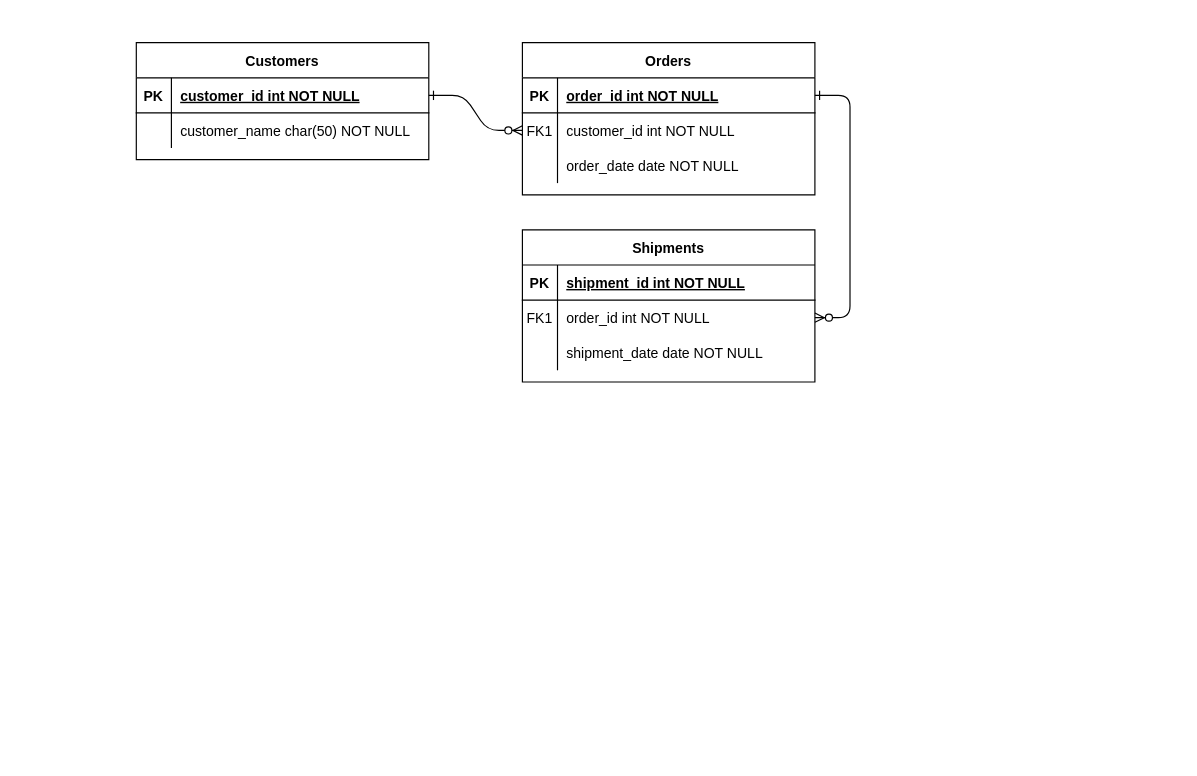
Earlier version of the draw.io diagram price-search.drawio (GangBean/HelloWorld). Source tidied: cells renumbered, new cells numbered last; positions are measured from the earlier drawing's top-left corner, leaving out a move shared by most shapes. Both pictures are drawn from the tidied source at 117%, with x=0, y=0 at pixel (136, 42).
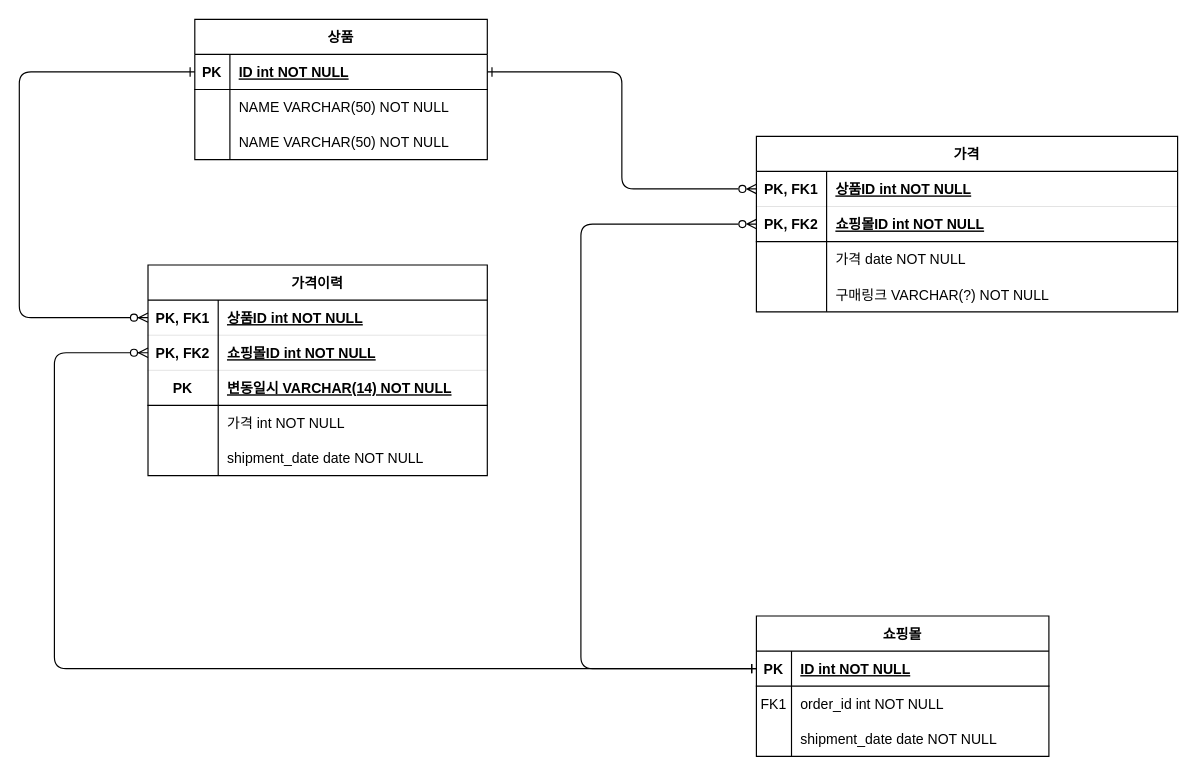
The same page after the edit.

The change refers to these unchanged cells:
```xml
<mxCell id="15" style="shape=partialRectangle;fillColor=none;points=[[0,0.5],[1,0.5]];portConstraint=eastwest;top=0;left=0;right=0;bottom=1;" parent="14" vertex="1">
  <mxGeometry y="30" width="250" height="30" as="geometry" />
</mxCell>
<mxCell id="18" style="shape=partialRectangle;fillColor=none;points=[[0,0.5],[1,0.5]];portConstraint=eastwest;top=0;left=0;right=0;bottom=0;" parent="14" vertex="1">
  <mxGeometry y="60" width="250" height="30" as="geometry" />
</mxCell>
<mxCell id="25" style="shape=partialRectangle;fillColor=none;points=[[0,0.5],[1,0.5]];portConstraint=eastwest;top=0;left=0;right=0;bottom=1;" parent="24" vertex="1">
  <mxGeometry y="30" width="250" height="30" as="geometry" />
</mxCell>
<mxCell id="28" style="shape=partialRectangle;fillColor=none;top=0;left=0;right=0;bottom=0;" parent="24" vertex="1">
  <mxGeometry y="60" width="250" height="30" as="geometry" />
</mxCell>
```

The edit, as a diff of the source:
```diff
@@
-    <mxCell id="2" style="edgeStyle=entityRelationEdgeStyle;endArrow=ERzeroToMany;startArrow=ERone;endFill=1;startFill=0;" parent="1" edge="1" source="25" target="8">
-      <mxGeometry relative="1" as="geometry" />
-    </mxCell>
-    <mxCell id="3" style="edgeStyle=entityRelationEdgeStyle;endArrow=ERzeroToMany;startArrow=ERone;endFill=1;startFill=0;" parent="1" edge="1" source="5" target="18">
-      <mxGeometry relative="1" as="geometry" />
+    <mxCell id="3" style="edgeStyle=orthogonalEdgeStyle;endArrow=ERone;startArrow=ERzeroToMany;endFill=0;startFill=0;exitX=0;exitY=0.5;exitDx=0;exitDy=0;entryX=0;entryY=0.5;entryDx=0;entryDy=0;" parent="1" edge="1" source="31" target="15">
+      <mxGeometry relative="1" as="geometry">
+        <Array as="points">
+          <mxPoint x="380" y="155" />
+          <mxPoint x="380" y="535" />
+        </Array>
+      </mxGeometry>
     </mxCell>
-    <mxCell id="4" value="Orders" style="shape=table;startSize=30;childLayout=tableLayout;rowLines=0;fontStyle=1;align=center;" parent="1" vertex="1">
-      <mxGeometry x="330" width="250" height="130" as="geometry" />
+    <mxCell id="4" value="가격" style="shape=table;startSize=30;childLayout=tableLayout;rowLines=0;fontStyle=1;align=center;" parent="1" vertex="1">
+      <mxGeometry x="530" y="80" width="360" height="150" as="geometry" />
     </mxCell>
-    <mxCell id="5" style="shape=partialRectangle;fillColor=none;points=[[0,0.5],[1,0.5]];portConstraint=eastwest;top=0;left=0;right=0;bottom=1;" parent="4" vertex="1">
-      <mxGeometry y="30" width="250" height="30" as="geometry" />
+    <mxCell id="5" style="shape=partialRectangle;fillColor=none;points=[[0,0.5],[1,0.5]];portConstraint=eastwest;top=0;left=0;right=0;bottom=1;strokeWidth=0;" parent="4" vertex="1">
+      <mxGeometry y="30" width="360" height="30" as="geometry" />
     </mxCell>
-    <mxCell id="6" value="PK" style="shape=partialRectangle;overflow=hidden;fillColor=none;top=0;left=0;bottom=0;right=0;fontStyle=1;" parent="5" vertex="1">
-      <mxGeometry width="30" height="30" as="geometry" />
+    <mxCell id="6" value="PK, FK1" style="shape=partialRectangle;overflow=hidden;fillColor=none;top=0;left=0;bottom=0;right=0;fontStyle=1;" parent="5" vertex="1">
+      <mxGeometry width="60" height="30" as="geometry" />
     </mxCell>
-    <mxCell id="7" value="order_id int NOT NULL " style="shape=partialRectangle;overflow=hidden;fillColor=none;top=0;left=0;bottom=0;right=0;align=left;spacingLeft=6;fontStyle=5;" parent="5" vertex="1">
-      <mxGeometry x="30" width="220" height="30" as="geometry" />
+    <mxCell id="7" value="상품ID int NOT NULL " style="shape=partialRectangle;overflow=hidden;fillColor=none;top=0;left=0;bottom=0;right=0;align=left;spacingLeft=6;fontStyle=5;" parent="5" vertex="1">
+      <mxGeometry x="60" width="300" height="30" as="geometry" />
     </mxCell>
-    <mxCell id="8" style="shape=partialRectangle;fillColor=none;points=[[0,0.5],[1,0.5]];portConstraint=eastwest;top=0;left=0;right=0;bottom=0;" parent="4" vertex="1">
-      <mxGeometry y="60" width="250" height="30" as="geometry" />
-    </mxCell>
-    <mxCell id="9" value="FK1" style="shape=partialRectangle;overflow=hidden;fillColor=none;top=0;left=0;bottom=0;right=0;" parent="8" vertex="1">
-      <mxGeometry width="30" height="30" as="geometry" />
-    </mxCell>
-    <mxCell id="10" value="customer_id int NOT NULL" style="shape=partialRectangle;overflow=hidden;fillColor=none;top=0;left=0;bottom=0;right=0;align=left;spacingLeft=6;" parent="8" vertex="1">
-      <mxGeometry x="30" width="220" height="30" as="geometry" />
-    </mxCell>
+    <mxCell id="31" style="shape=partialRectangle;fillColor=none;points=[[0,0.5],[1,0.5]];portConstraint=eastwest;top=0;left=0;right=0;bottom=1;" parent="4" vertex="1">
+      <mxGeometry y="60" width="360" height="30" as="geometry" />
+    </mxCell>
+    <mxCell id="32" value="PK, FK2" style="shape=partialRectangle;overflow=hidden;fillColor=none;top=0;left=0;bottom=0;right=0;fontStyle=1;" parent="31" vertex="1">
+      <mxGeometry width="60" height="30" as="geometry" />
+    </mxCell>
+    <mxCell id="33" value="쇼핑몰ID int NOT NULL " style="shape=partialRectangle;overflow=hidden;fillColor=none;top=0;left=0;bottom=0;right=0;align=left;spacingLeft=6;fontStyle=5;" parent="31" vertex="1">
+      <mxGeometry x="60" width="300" height="30" as="geometry" />
+    </mxCell>
     <mxCell id="11" style="shape=partialRectangle;fillColor=none;top=0;left=0;right=0;bottom=0;" parent="4" vertex="1">
-      <mxGeometry y="90" width="250" height="30" as="geometry" />
+      <mxGeometry y="90" width="360" height="30" as="geometry" />
     </mxCell>
     <mxCell id="12" style="shape=partialRectangle;overflow=hidden;fillColor=none;top=0;left=0;bottom=0;right=0;" parent="11" vertex="1">
-      <mxGeometry width="30" height="30" as="geometry" />
+      <mxGeometry width="60" height="30" as="geometry" />
     </mxCell>
-    <mxCell id="13" value="order_date date NOT NULL" style="shape=partialRectangle;overflow=hidden;fillColor=none;top=0;left=0;bottom=0;right=0;align=left;spacingLeft=6;" parent="11" vertex="1">
-      <mxGeometry x="30" width="220" height="30" as="geometry" />
+    <mxCell id="13" value="가격 date NOT NULL" style="shape=partialRectangle;overflow=hidden;fillColor=none;top=0;left=0;bottom=0;right=0;align=left;spacingLeft=6;" parent="11" vertex="1">
+      <mxGeometry x="60" width="300" height="30" as="geometry" />
     </mxCell>
+    <mxCell id="34" style="shape=partialRectangle;fillColor=none;top=0;left=0;right=0;bottom=0;" parent="4" vertex="1">
+      <mxGeometry y="120" width="360" height="30" as="geometry" />
+    </mxCell>
+    <mxCell id="35" style="shape=partialRectangle;overflow=hidden;fillColor=none;top=0;left=0;bottom=0;right=0;" parent="34" vertex="1">
+      <mxGeometry width="60" height="30" as="geometry" />
+    </mxCell>
+    <mxCell id="36" value="구매링크 VARCHAR(?) NOT NULL" style="shape=partialRectangle;overflow=hidden;fillColor=none;top=0;left=0;bottom=0;right=0;align=left;spacingLeft=6;" parent="34" vertex="1">
+      <mxGeometry x="60" width="300" height="30" as="geometry" />
+    </mxCell>
-    <mxCell id="14" value="Shipments" style="shape=table;startSize=30;childLayout=tableLayout;rowLines=0;fontStyle=1;align=center;" parent="1" vertex="1">
-      <mxGeometry x="330" y="160" width="250" height="130" as="geometry" />
+    <mxCell id="14" value="쇼핑몰" style="shape=table;startSize=30;childLayout=tableLayout;rowLines=0;fontStyle=1;align=center;" parent="1" vertex="1">
+      <mxGeometry x="530" y="490" width="250" height="120" as="geometry" />
     </mxCell>
@@
-    <mxCell id="17" value="shipment_id int NOT NULL " style="shape=partialRectangle;overflow=hidden;fillColor=none;top=0;left=0;bottom=0;right=0;align=left;spacingLeft=6;fontStyle=5;" parent="15" vertex="1">
+    <mxCell id="17" value="ID int NOT NULL " style="shape=partialRectangle;overflow=hidden;fillColor=none;top=0;left=0;bottom=0;right=0;align=left;spacingLeft=6;fontStyle=5;" parent="15" vertex="1">
       <mxGeometry x="30" width="220" height="30" as="geometry" />
     </mxCell>
@@
-    <mxCell id="24" value="Customers" style="shape=table;startSize=30;childLayout=tableLayout;rowLines=0;fontStyle=1;align=center;" parent="1" vertex="1">
-      <mxGeometry width="250" height="100" as="geometry" />
+    <mxCell id="24" value="상품" style="shape=table;startSize=30;childLayout=tableLayout;rowLines=0;fontStyle=1;align=center;" parent="1" vertex="1">
+      <mxGeometry x="50" y="-20" width="250" height="120" as="geometry" />
     </mxCell>
@@
-    <mxCell id="27" value="customer_id int NOT NULL " style="shape=partialRectangle;overflow=hidden;fillColor=none;top=0;left=0;bottom=0;right=0;align=left;spacingLeft=6;fontStyle=5;" parent="25" vertex="1">
+    <mxCell id="27" value="ID int NOT NULL" style="shape=partialRectangle;overflow=hidden;fillColor=none;top=0;left=0;bottom=0;right=0;align=left;spacingLeft=6;fontStyle=5;" parent="25" vertex="1">
       <mxGeometry x="30" width="220" height="30" as="geometry" />
     </mxCell>
@@
-    <mxCell id="30" value="customer_name char(50) NOT NULL" style="shape=partialRectangle;overflow=hidden;fillColor=none;top=0;left=0;bottom=0;right=0;align=left;spacingLeft=6;" parent="28" vertex="1">
+    <mxCell id="30" value="NAME VARCHAR(50) NOT NULL" style="shape=partialRectangle;overflow=hidden;fillColor=none;top=0;left=0;bottom=0;right=0;align=left;spacingLeft=6;" parent="28" vertex="1">
       <mxGeometry x="30" width="220" height="30" as="geometry" />
     </mxCell>
+    <mxCell id="37" style="shape=partialRectangle;fillColor=none;top=0;left=0;right=0;bottom=0;" parent="24" vertex="1">
+      <mxGeometry y="90" width="250" height="30" as="geometry" />
+    </mxCell>
+    <mxCell id="38" style="shape=partialRectangle;overflow=hidden;fillColor=none;top=0;left=0;bottom=0;right=0;" parent="37" vertex="1">
+      <mxGeometry width="30" height="30" as="geometry" />
+    </mxCell>
+    <mxCell id="39" value="NAME VARCHAR(50) NOT NULL" style="shape=partialRectangle;overflow=hidden;fillColor=none;top=0;left=0;bottom=0;right=0;align=left;spacingLeft=6;" parent="37" vertex="1">
+      <mxGeometry x="30" width="220" height="30" as="geometry" />
+    </mxCell>
+    <mxCell id="40" value="가격이력" style="shape=table;startSize=30;childLayout=tableLayout;rowLines=0;fontStyle=1;align=center;" parent="1" vertex="1">
+      <mxGeometry x="10" y="190" width="290" height="180" as="geometry" />
+    </mxCell>
+    <mxCell id="41" style="shape=partialRectangle;fillColor=none;points=[[0,0.5],[1,0.5]];portConstraint=eastwest;top=0;left=0;right=0;bottom=1;strokeWidth=0;" parent="40" vertex="1">
+      <mxGeometry y="30" width="290" height="30" as="geometry" />
+    </mxCell>
+    <mxCell id="42" value="PK, FK1" style="shape=partialRectangle;overflow=hidden;fillColor=none;top=0;left=0;bottom=0;right=0;fontStyle=1;" parent="41" vertex="1">
+      <mxGeometry width="60" height="30" as="geometry" />
+    </mxCell>
+    <mxCell id="43" value="상품ID int NOT NULL " style="shape=partialRectangle;overflow=hidden;fillColor=none;top=0;left=0;bottom=0;right=0;align=left;spacingLeft=6;fontStyle=5;" parent="41" vertex="1">
+      <mxGeometry x="60" width="230" height="30" as="geometry" />
+    </mxCell>
+    <mxCell id="44" style="shape=partialRectangle;fillColor=none;points=[[0,0.5],[1,0.5]];portConstraint=eastwest;top=0;left=0;right=0;bottom=1;strokeWidth=0;" parent="40" vertex="1">
+      <mxGeometry y="60" width="290" height="30" as="geometry" />
+    </mxCell>
+    <mxCell id="45" value="PK, FK2" style="shape=partialRectangle;overflow=hidden;fillColor=none;top=0;left=0;bottom=0;right=0;fontStyle=1;" parent="44" vertex="1">
+      <mxGeometry width="60" height="30" as="geometry" />
+    </mxCell>
+    <mxCell id="46" value="쇼핑몰ID int NOT NULL " style="shape=partialRectangle;overflow=hidden;fillColor=none;top=0;left=0;bottom=0;right=0;align=left;spacingLeft=6;fontStyle=5;" parent="44" vertex="1">
+      <mxGeometry x="60" width="230" height="30" as="geometry" />
+    </mxCell>
+    <mxCell id="47" style="shape=partialRectangle;fillColor=none;top=0;left=0;right=0;bottom=1;" parent="40" vertex="1">
+      <mxGeometry y="90" width="290" height="30" as="geometry" />
+    </mxCell>
+    <mxCell id="48" value="PK" style="shape=partialRectangle;overflow=hidden;fillColor=none;top=0;left=0;bottom=0;right=0;fontStyle=1;" parent="47" vertex="1">
+      <mxGeometry width="60" height="30" as="geometry" />
+    </mxCell>
+    <mxCell id="49" value="변동일시 VARCHAR(14) NOT NULL " style="shape=partialRectangle;overflow=hidden;fillColor=none;top=0;left=0;bottom=0;right=0;align=left;spacingLeft=6;fontStyle=5;" parent="47" vertex="1">
+      <mxGeometry x="60" width="230" height="30" as="geometry" />
+    </mxCell>
+    <mxCell id="50" style="shape=partialRectangle;fillColor=none;top=0;left=0;right=0;bottom=0;" parent="40" vertex="1">
+      <mxGeometry y="120" width="290" height="30" as="geometry" />
+    </mxCell>
+    <mxCell id="51" style="shape=partialRectangle;overflow=hidden;fillColor=none;top=0;left=0;bottom=0;right=0;" parent="50" vertex="1">
+      <mxGeometry width="60" height="30" as="geometry" />
+    </mxCell>
+    <mxCell id="52" value="가격 int NOT NULL" style="shape=partialRectangle;overflow=hidden;fillColor=none;top=0;left=0;bottom=0;right=0;align=left;spacingLeft=6;" parent="50" vertex="1">
+      <mxGeometry x="60" width="230" height="30" as="geometry" />
+    </mxCell>
+    <mxCell id="53" style="shape=partialRectangle;fillColor=none;top=0;left=0;right=0;bottom=0;" parent="40" vertex="1">
+      <mxGeometry y="150" width="290" height="30" as="geometry" />
+    </mxCell>
+    <mxCell id="54" style="shape=partialRectangle;overflow=hidden;fillColor=none;top=0;left=0;bottom=0;right=0;" parent="53" vertex="1">
+      <mxGeometry width="60" height="30" as="geometry" />
+    </mxCell>
+    <mxCell id="55" value="shipment_date date NOT NULL" style="shape=partialRectangle;overflow=hidden;fillColor=none;top=0;left=0;bottom=0;right=0;align=left;spacingLeft=6;" parent="53" vertex="1">
+      <mxGeometry x="60" width="230" height="30" as="geometry" />
+    </mxCell>
+    <mxCell id="56" style="edgeStyle=orthogonalEdgeStyle;endArrow=ERzeroToMany;startArrow=ERone;endFill=1;startFill=0;entryX=0;entryY=0.5;entryDx=0;entryDy=0;exitX=0;exitY=0.5;exitDx=0;exitDy=0;" parent="1" edge="1" source="25" target="41">
+      <mxGeometry relative="1" as="geometry">
+        <Array as="points">
+          <mxPoint x="-100" y="25" />
+          <mxPoint x="-100" y="235" />
+        </Array>
+      </mxGeometry>
+    </mxCell>
+    <mxCell id="57" style="edgeStyle=orthogonalEdgeStyle;endArrow=ERzeroToMany;startArrow=ERone;endFill=1;startFill=0;entryX=0;entryY=0.5;entryDx=0;entryDy=0;exitX=0;exitY=0.5;exitDx=0;exitDy=0;" parent="1" edge="1" source="15" target="44">
+      <mxGeometry relative="1" as="geometry">
+        <Array as="points">
+          <mxPoint x="-70" y="535" />
+          <mxPoint x="-70" y="265" />
+        </Array>
+      </mxGeometry>
+    </mxCell>
+    <mxCell id="58" style="edgeStyle=orthogonalEdgeStyle;jettySize=auto;html=1;startArrow=ERzeroToMany;startFill=0;endArrow=ERone;endFill=0;entryX=1;entryY=0.5;entryDx=0;entryDy=0;rounded=1;" parent="1" edge="1" source="5" target="25">
+      <mxGeometry relative="1" as="geometry" />
+    </mxCell>
```
